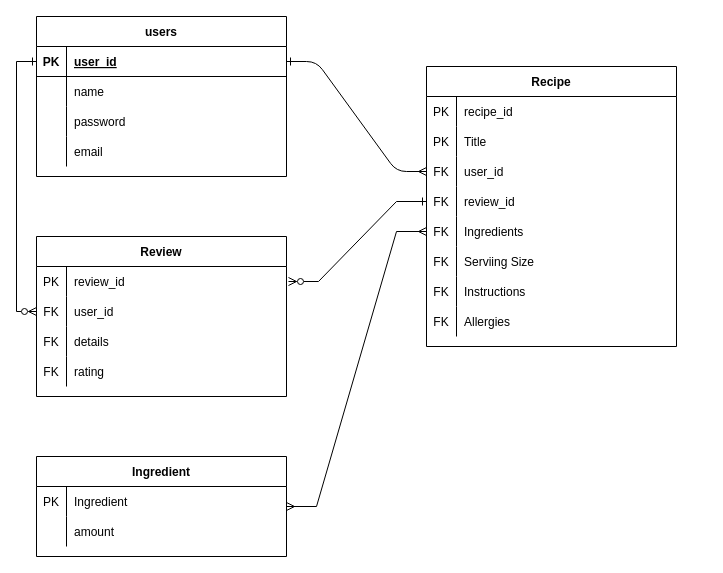
Earlier version of the draw.io diagram Recipe_api.drawio (BenDavies1218/BenjaminDavies_T2A2). Source tidied: cells renumbered, new cells numbered last; positions are measured from the earlier drawing's top-left corner, leaving out a move shared by most shapes. Both pictures are drawn from the tidied source at 100%, with x=0, y=0 at pixel (36, 16).
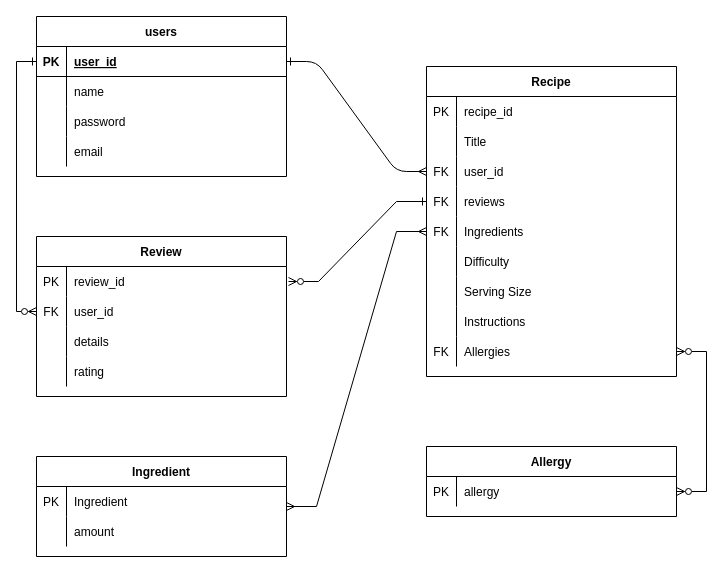
Above is the later version.

The change refers to these unchanged cells:
```xml
<mxCell id="7" style="shape=partialRectangle;fillColor=none;top=0;left=0;right=0;bottom=0;perimeterSpacing=2;" parent="3" vertex="1">
  <mxGeometry y="60" width="250" height="30" as="geometry" />
</mxCell>
<mxCell id="13" style="shape=partialRectangle;fillColor=none;points=[[0,0.5],[1,0.5]];portConstraint=eastwest;top=0;left=0;right=0;bottom=0;" parent="3" vertex="1">
  <mxGeometry y="120" width="250" height="30" as="geometry" />
</mxCell>
<mxCell id="56" style="shape=partialRectangle;fillColor=none;top=0;left=0;right=0;bottom=0;" parent="49" vertex="1">
  <mxGeometry y="90" width="250" height="30" as="geometry" />
</mxCell>
<mxCell id="59" style="shape=partialRectangle;fillColor=none;top=0;left=0;right=0;bottom=0;" parent="49" vertex="1">
  <mxGeometry y="120" width="250" height="30" as="geometry" />
</mxCell>
```

The edit, as a diff of the source:
```diff
@@
     <mxCell id="3" value="Recipe" style="shape=table;startSize=30;childLayout=tableLayout;rowLines=0;fontStyle=1;align=center;" parent="1" vertex="1">
-      <mxGeometry x="390" y="50" width="250" height="280" as="geometry" />
+      <mxGeometry x="390" y="50" width="250" height="310" as="geometry" />
     </mxCell>
@@
-    <mxCell id="8" value="PK" style="shape=partialRectangle;overflow=hidden;fillColor=none;top=0;left=0;bottom=0;right=0;" parent="7" vertex="1">
+    <mxCell id="8" style="shape=partialRectangle;overflow=hidden;fillColor=none;top=0;left=0;bottom=0;right=0;" parent="7" vertex="1">
       <mxGeometry width="30" height="30" as="geometry" />
     </mxCell>
@@
-    <mxCell id="15" value="review_id" style="shape=partialRectangle;overflow=hidden;fillColor=none;top=0;left=0;bottom=0;right=0;align=left;spacingLeft=6;" parent="13" vertex="1">
+    <mxCell id="15" value="reviews" style="shape=partialRectangle;overflow=hidden;fillColor=none;top=0;left=0;bottom=0;right=0;align=left;spacingLeft=6;" parent="13" vertex="1">
       <mxGeometry x="30" width="220" height="30" as="geometry" />
     </mxCell>
@@
+    <mxCell id="64" style="shape=partialRectangle;fillColor=none;top=0;left=0;right=0;bottom=0;" parent="3" vertex="1">
+      <mxGeometry y="180" width="250" height="30" as="geometry" />
+    </mxCell>
+    <mxCell id="65" style="shape=partialRectangle;overflow=hidden;fillColor=none;top=0;left=0;bottom=0;right=0;" parent="64" vertex="1">
+      <mxGeometry width="30" height="30" as="geometry" />
+    </mxCell>
+    <mxCell id="66" value="Difficulty" style="shape=partialRectangle;overflow=hidden;fillColor=none;top=0;left=0;bottom=0;right=0;align=left;spacingLeft=6;" parent="64" vertex="1">
+      <mxGeometry x="30" width="220" height="30" as="geometry" />
+    </mxCell>
     <mxCell id="19" style="shape=partialRectangle;fillColor=none;top=0;left=0;right=0;bottom=0;" parent="3" vertex="1">
-      <mxGeometry y="180" width="250" height="30" as="geometry" />
+      <mxGeometry y="210" width="250" height="30" as="geometry" />
     </mxCell>
-    <mxCell id="20" value="FK" style="shape=partialRectangle;overflow=hidden;fillColor=none;top=0;left=0;bottom=0;right=0;" parent="19" vertex="1">
+    <mxCell id="20" style="shape=partialRectangle;overflow=hidden;fillColor=none;top=0;left=0;bottom=0;right=0;" parent="19" vertex="1">
       <mxGeometry width="30" height="30" as="geometry" />
     </mxCell>
-    <mxCell id="21" value="Serviing Size" style="shape=partialRectangle;overflow=hidden;fillColor=none;top=0;left=0;bottom=0;right=0;align=left;spacingLeft=6;" parent="19" vertex="1">
+    <mxCell id="21" value="Serving Size" style="shape=partialRectangle;overflow=hidden;fillColor=none;top=0;left=0;bottom=0;right=0;align=left;spacingLeft=6;" parent="19" vertex="1">
       <mxGeometry x="30" width="220" height="30" as="geometry" />
     </mxCell>
     <mxCell id="22" style="shape=partialRectangle;fillColor=none;top=0;left=0;right=0;bottom=0;" parent="3" vertex="1">
-      <mxGeometry y="210" width="250" height="30" as="geometry" />
+      <mxGeometry y="240" width="250" height="30" as="geometry" />
     </mxCell>
-    <mxCell id="23" value="FK" style="shape=partialRectangle;overflow=hidden;fillColor=none;top=0;left=0;bottom=0;right=0;" parent="22" vertex="1">
+    <mxCell id="23" style="shape=partialRectangle;overflow=hidden;fillColor=none;top=0;left=0;bottom=0;right=0;" parent="22" vertex="1">
       <mxGeometry width="30" height="30" as="geometry" />
     </mxCell>
@@
     <mxCell id="25" style="shape=partialRectangle;fillColor=none;points=[[0,0.5],[1,0.5]];portConstraint=eastwest;top=0;left=0;right=0;bottom=0;" parent="3" vertex="1">
-      <mxGeometry y="240" width="250" height="30" as="geometry" />
+      <mxGeometry y="270" width="250" height="30" as="geometry" />
     </mxCell>
@@
-    <mxCell id="57" value="FK" style="shape=partialRectangle;overflow=hidden;fillColor=none;top=0;left=0;bottom=0;right=0;" parent="56" vertex="1">
+    <mxCell id="57" style="shape=partialRectangle;overflow=hidden;fillColor=none;top=0;left=0;bottom=0;right=0;" parent="56" vertex="1">
       <mxGeometry width="30" height="30" as="geometry" />
     </mxCell>
@@
-    <mxCell id="60" value="FK" style="shape=partialRectangle;overflow=hidden;fillColor=none;top=0;left=0;bottom=0;right=0;" parent="59" vertex="1">
+    <mxCell id="60" style="shape=partialRectangle;overflow=hidden;fillColor=none;top=0;left=0;bottom=0;right=0;" parent="59" vertex="1">
       <mxGeometry width="30" height="30" as="geometry" />
     </mxCell>
@@
+    <mxCell id="67" value="Allergy" style="shape=table;startSize=30;childLayout=tableLayout;rowLines=0;fontStyle=1;align=center;" parent="1" vertex="1">
+      <mxGeometry x="390" y="430" width="250" height="70" as="geometry" />
+    </mxCell>
+    <mxCell id="68" style="shape=partialRectangle;fillColor=none;points=[[0,0.5],[1,0.5]];portConstraint=eastwest;top=0;left=0;right=0;bottom=0;" parent="67" vertex="1">
+      <mxGeometry y="30" width="250" height="30" as="geometry" />
+    </mxCell>
+    <mxCell id="69" value="PK" style="shape=partialRectangle;overflow=hidden;fillColor=none;top=0;left=0;bottom=0;right=0;" parent="68" vertex="1">
+      <mxGeometry width="30" height="30" as="geometry" />
+    </mxCell>
+    <mxCell id="70" value="allergy" style="shape=partialRectangle;overflow=hidden;fillColor=none;top=0;left=0;bottom=0;right=0;align=left;spacingLeft=6;" parent="68" vertex="1">
+      <mxGeometry x="30" width="220" height="30" as="geometry" />
+    </mxCell>
+    <mxCell id="71" style="edgeStyle=entityRelationEdgeStyle;rounded=0;jettySize=auto;html=1;entryX=1;entryY=0.5;entryDx=0;entryDy=0;startArrow=ERzeroToMany;startFill=0;endArrow=ERzeroToMany;endFill=0;" parent="1" edge="1" source="25" target="68">
+      <mxGeometry relative="1" as="geometry" />
+    </mxCell>
```
